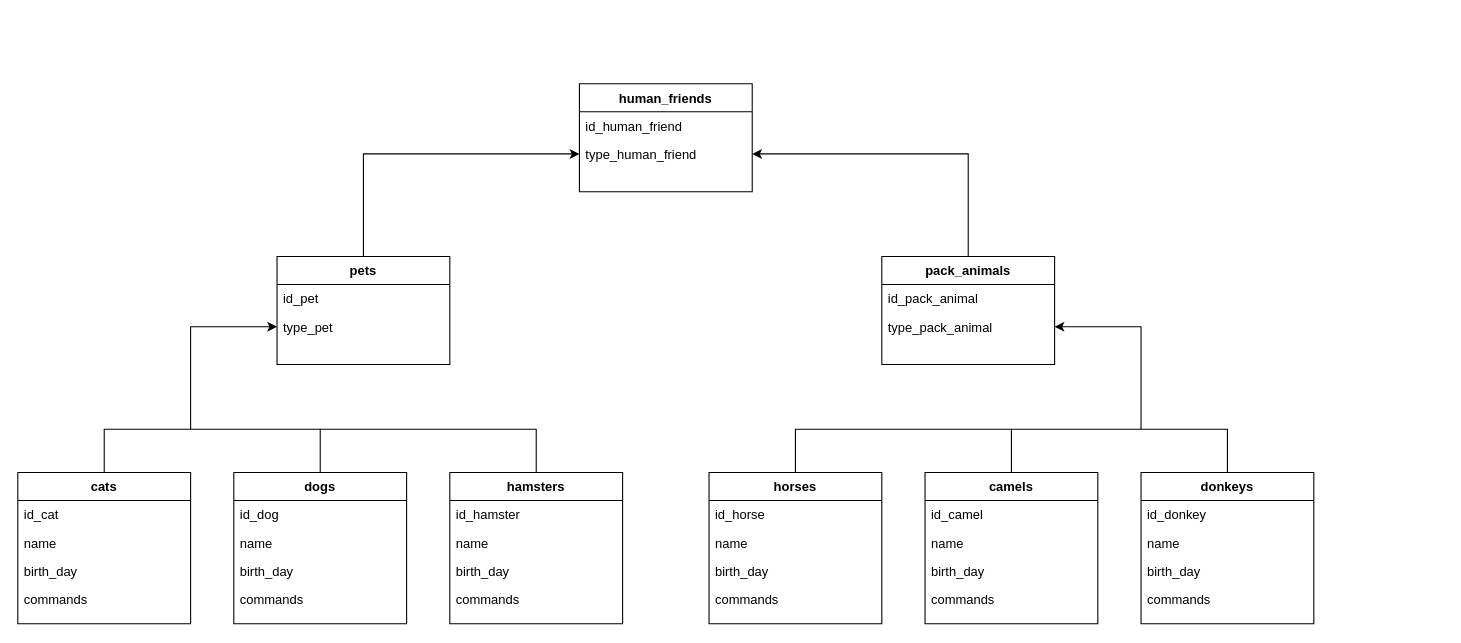
Earlier version of the draw.io diagram 2_Object-oriented_programming/Диаграмма_классов.drawio (Koatia/02_Final_Test). Source tidied: cells renumbered, new cells numbered last; positions are measured from the earlier drawing's top-left corner, leaving out a move shared by most shapes. Both pictures are drawn from the tidied source at 108%, with x=0, y=0 at pixel (17, 83).
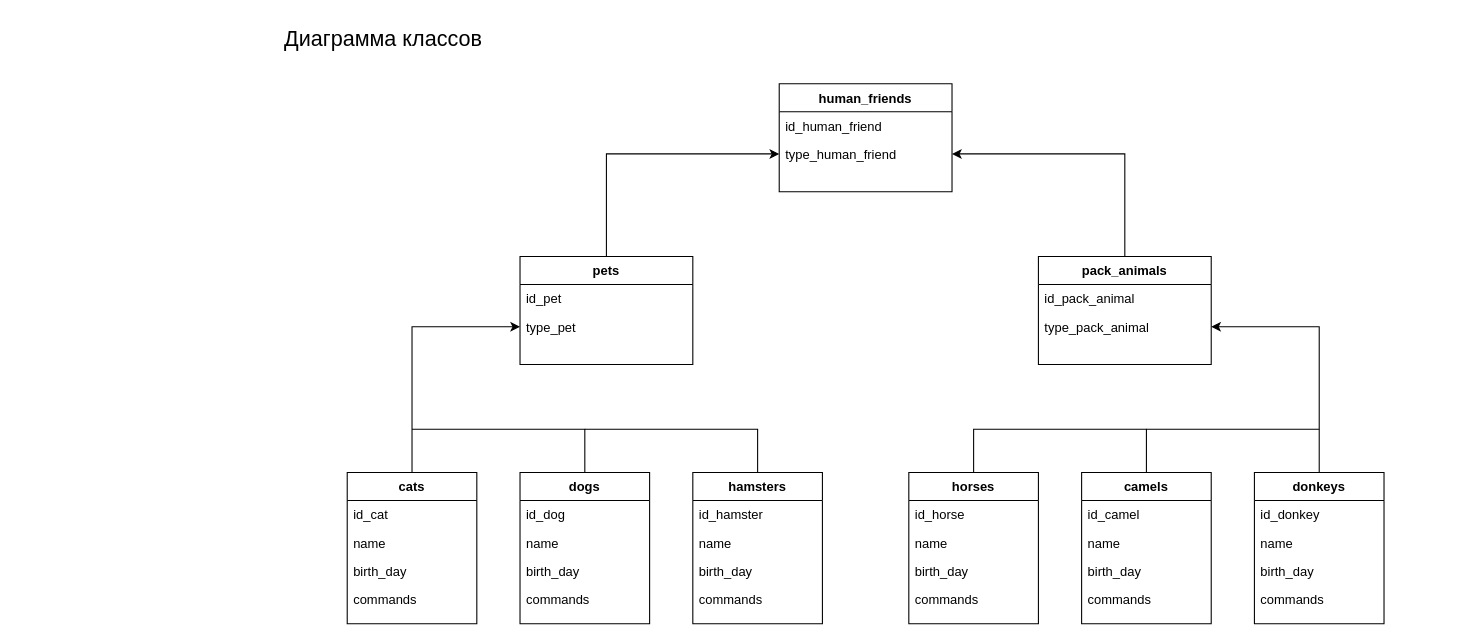
Above is the later version.

Unchanged cells that the change refers to:
```xml
<mxCell id="4" value="type_human_friend" style="text;align=left;verticalAlign=top;spacingLeft=4;spacingRight=4;overflow=hidden;points=[[0,0.5],[1,0.5]];portConstraint=eastwest;" parent="2" vertex="1">
  <mxGeometry y="52" width="160" height="26" as="geometry" />
</mxCell>
<mxCell id="7" value="type_pet" style="text;align=left;verticalAlign=top;spacingLeft=4;spacingRight=4;overflow=hidden;points=[[0,0.5],[1,0.5]];portConstraint=eastwest;" parent="5" vertex="1">
  <mxGeometry y="52" width="160" height="26" as="geometry" />
</mxCell>
<mxCell id="10" value="type_pack_animal" style="text;align=left;verticalAlign=top;spacingLeft=4;spacingRight=4;overflow=hidden;points=[[0,0.5],[1,0.5]];portConstraint=eastwest;" parent="8" vertex="1">
  <mxGeometry y="52" width="160" height="26" as="geometry" />
</mxCell>
```

What changed in the source:
```diff
@@
     <mxCell id="2" value="human_friends" style="swimlane;fontStyle=1;align=center;verticalAlign=top;horizontal=1;startSize=26;rounded=0;shadow=0;strokeWidth=1;" parent="1" vertex="1">
-      <mxGeometry x="520" width="160" height="100" as="geometry" />
+      <mxGeometry x="705" width="160" height="100" as="geometry" />
     </mxCell>
@@
     <mxCell id="5" value="pets" style="swimlane;fontStyle=1;align=center;verticalAlign=top;horizontal=1;startSize=26;rounded=0;shadow=0;strokeWidth=1;" parent="1" vertex="1">
-      <mxGeometry x="240" y="160" width="160" height="100" as="geometry" />
+      <mxGeometry x="465" y="160" width="160" height="100" as="geometry" />
     </mxCell>
@@
     <mxCell id="8" value="pack_animals" style="swimlane;fontStyle=1;align=center;verticalAlign=top;horizontal=1;startSize=26;rounded=0;shadow=0;strokeWidth=1;" parent="1" vertex="1">
-      <mxGeometry x="800" y="160" width="160" height="100" as="geometry" />
+      <mxGeometry x="945" y="160" width="160" height="100" as="geometry" />
     </mxCell>
@@
     <mxCell id="11" style="edgeStyle=orthogonalEdgeStyle;rounded=0;jettySize=auto;html=1;entryX=0;entryY=0.5;entryDx=0;entryDy=0;exitX=0.5;exitY=0;exitDx=0;exitDy=0;" parent="1" edge="1" source="12" target="7">
       <mxGeometry relative="1" as="geometry">
         <Array as="points">
-          <mxPoint x="80" y="320" />
-          <mxPoint x="160" y="320" />
-          <mxPoint x="160" y="225" />
+          <mxPoint x="365" y="225" />
         </Array>
       </mxGeometry>
     </mxCell>
     <mxCell id="12" value="cats" style="swimlane;fontStyle=1;align=center;verticalAlign=top;horizontal=1;startSize=26;rounded=0;shadow=0;strokeWidth=1;" parent="1" vertex="1">
-      <mxGeometry y="360" width="160" height="140" as="geometry" />
+      <mxGeometry x="305" y="360" width="120" height="140" as="geometry" />
     </mxCell>
     <mxCell id="13" value="id_cat" style="text;align=left;verticalAlign=top;spacingLeft=4;spacingRight=4;overflow=hidden;" parent="12" vertex="1">
-      <mxGeometry y="26" width="160" height="26" as="geometry" />
+      <mxGeometry y="26" width="120" height="26" as="geometry" />
     </mxCell>
     <mxCell id="14" value="name" style="text;align=left;verticalAlign=top;spacingLeft=4;spacingRight=4;overflow=hidden;rounded=0;shadow=0;html=0;" parent="12" vertex="1">
-      <mxGeometry y="52" width="160" height="26" as="geometry" />
+      <mxGeometry y="52" width="120" height="26" as="geometry" />
     </mxCell>
     <mxCell id="15" value="birth_day" style="text;align=left;verticalAlign=top;spacingLeft=4;spacingRight=4;overflow=hidden;rounded=0;shadow=0;html=0;" parent="12" vertex="1">
-      <mxGeometry y="78" width="160" height="26" as="geometry" />
+      <mxGeometry y="78" width="120" height="26" as="geometry" />
     </mxCell>
     <mxCell id="16" value="commands" style="text;align=left;verticalAlign=top;spacingLeft=4;spacingRight=4;overflow=hidden;strokeColor=none;" parent="12" vertex="1">
-      <mxGeometry y="104" width="160" height="26" as="geometry" />
+      <mxGeometry y="104" width="120" height="26" as="geometry" />
     </mxCell>
     <mxCell id="17" value="dogs" style="swimlane;fontStyle=1;align=center;verticalAlign=top;horizontal=1;startSize=26;rounded=0;shadow=0;strokeWidth=1;" parent="1" vertex="1">
-      <mxGeometry x="200" y="360" width="160" height="140" as="geometry" />
+      <mxGeometry x="465" y="360" width="120" height="140" as="geometry" />
     </mxCell>
     <mxCell id="18" value="id_dog" style="text;align=left;verticalAlign=top;spacingLeft=4;spacingRight=4;overflow=hidden;" parent="17" vertex="1">
-      <mxGeometry y="26" width="160" height="26" as="geometry" />
+      <mxGeometry y="26" width="120" height="26" as="geometry" />
     </mxCell>
     <mxCell id="19" value="name" style="text;align=left;verticalAlign=top;spacingLeft=4;spacingRight=4;overflow=hidden;rounded=0;shadow=0;html=0;" parent="17" vertex="1">
-      <mxGeometry y="52" width="160" height="26" as="geometry" />
+      <mxGeometry y="52" width="120" height="26" as="geometry" />
     </mxCell>
     <mxCell id="20" value="birth_day" style="text;align=left;verticalAlign=top;spacingLeft=4;spacingRight=4;overflow=hidden;rounded=0;shadow=0;html=0;" parent="17" vertex="1">
-      <mxGeometry y="78" width="160" height="26" as="geometry" />
+      <mxGeometry y="78" width="120" height="26" as="geometry" />
     </mxCell>
     <mxCell id="21" value="commands" style="text;align=left;verticalAlign=top;spacingLeft=4;spacingRight=4;overflow=hidden;strokeColor=none;" parent="17" vertex="1">
-      <mxGeometry y="104" width="160" height="26" as="geometry" />
+      <mxGeometry y="104" width="120" height="26" as="geometry" />
     </mxCell>
     <mxCell id="22" value="hamsters" style="swimlane;fontStyle=1;align=center;verticalAlign=top;horizontal=1;startSize=26;rounded=0;shadow=0;strokeWidth=1;" parent="1" vertex="1">
-      <mxGeometry x="400" y="360" width="160" height="140" as="geometry" />
+      <mxGeometry x="625" y="360" width="120" height="140" as="geometry" />
     </mxCell>
     <mxCell id="23" value="id_hamster" style="text;align=left;verticalAlign=top;spacingLeft=4;spacingRight=4;overflow=hidden;" parent="22" vertex="1">
-      <mxGeometry y="26" width="160" height="26" as="geometry" />
+      <mxGeometry y="26" width="120" height="26" as="geometry" />
     </mxCell>
     <mxCell id="24" value="name" style="text;align=left;verticalAlign=top;spacingLeft=4;spacingRight=4;overflow=hidden;rounded=0;shadow=0;html=0;" parent="22" vertex="1">
-      <mxGeometry y="52" width="160" height="26" as="geometry" />
+      <mxGeometry y="52" width="120" height="26" as="geometry" />
     </mxCell>
     <mxCell id="25" value="birth_day" style="text;align=left;verticalAlign=top;spacingLeft=4;spacingRight=4;overflow=hidden;rounded=0;shadow=0;html=0;" parent="22" vertex="1">
-      <mxGeometry y="78" width="160" height="26" as="geometry" />
+      <mxGeometry y="78" width="120" height="26" as="geometry" />
     </mxCell>
     <mxCell id="26" value="commands" style="text;align=left;verticalAlign=top;spacingLeft=4;spacingRight=4;overflow=hidden;strokeColor=none;" parent="22" vertex="1">
-      <mxGeometry y="104" width="160" height="26" as="geometry" />
+      <mxGeometry y="104" width="120" height="26" as="geometry" />
     </mxCell>
     <mxCell id="27" value="horses" style="swimlane;fontStyle=1;align=center;verticalAlign=top;horizontal=1;startSize=26;rounded=0;shadow=0;strokeWidth=1;" parent="1" vertex="1">
-      <mxGeometry x="640" y="360" width="160" height="140" as="geometry" />
+      <mxGeometry x="825" y="360" width="120" height="140" as="geometry" />
     </mxCell>
     <mxCell id="28" value="id_horse" style="text;align=left;verticalAlign=top;spacingLeft=4;spacingRight=4;overflow=hidden;" parent="27" vertex="1">
-      <mxGeometry y="26" width="160" height="26" as="geometry" />
+      <mxGeometry y="26" width="120" height="26" as="geometry" />
     </mxCell>
     <mxCell id="29" value="name" style="text;align=left;verticalAlign=top;spacingLeft=4;spacingRight=4;overflow=hidden;rounded=0;shadow=0;html=0;" parent="27" vertex="1">
-      <mxGeometry y="52" width="160" height="26" as="geometry" />
+      <mxGeometry y="52" width="120" height="26" as="geometry" />
     </mxCell>
     <mxCell id="30" value="birth_day" style="text;align=left;verticalAlign=top;spacingLeft=4;spacingRight=4;overflow=hidden;rounded=0;shadow=0;html=0;" parent="27" vertex="1">
-      <mxGeometry y="78" width="160" height="26" as="geometry" />
+      <mxGeometry y="78" width="120" height="26" as="geometry" />
     </mxCell>
     <mxCell id="31" value="commands" style="text;align=left;verticalAlign=top;spacingLeft=4;spacingRight=4;overflow=hidden;strokeColor=none;" parent="27" vertex="1">
-      <mxGeometry y="104" width="160" height="26" as="geometry" />
+      <mxGeometry y="104" width="120" height="26" as="geometry" />
     </mxCell>
-    <mxCell id="32" style="edgeStyle=orthogonalEdgeStyle;rounded=0;jettySize=auto;html=1;entryX=1;entryY=0.5;entryDx=0;entryDy=0;" parent="1" edge="1" source="33" target="10">
+    <mxCell id="32" style="edgeStyle=orthogonalEdgeStyle;rounded=0;jettySize=auto;html=1;entryX=1;entryY=0.5;entryDx=0;entryDy=0;exitX=0.5;exitY=0;exitDx=0;exitDy=0;" parent="1" edge="1" source="33" target="10">
       <mxGeometry relative="1" as="geometry">
         <Array as="points">
-          <mxPoint x="920" y="320" />
-          <mxPoint x="1040" y="320" />
-          <mxPoint x="1040" y="225" />
+          <mxPoint x="1045" y="320" />
+          <mxPoint x="1205" y="320" />
+          <mxPoint x="1205" y="225" />
         </Array>
       </mxGeometry>
     </mxCell>
     <mxCell id="33" value="camels" style="swimlane;fontStyle=1;align=center;verticalAlign=top;horizontal=1;startSize=26;rounded=0;shadow=0;strokeWidth=1;" parent="1" vertex="1">
-      <mxGeometry x="840" y="360" width="160" height="140" as="geometry" />
+      <mxGeometry x="985" y="360" width="120" height="140" as="geometry" />
     </mxCell>
     <mxCell id="34" value="id_camel" style="text;align=left;verticalAlign=top;spacingLeft=4;spacingRight=4;overflow=hidden;" parent="33" vertex="1">
-      <mxGeometry y="26" width="160" height="26" as="geometry" />
+      <mxGeometry y="26" width="120" height="26" as="geometry" />
     </mxCell>
     <mxCell id="35" value="name" style="text;align=left;verticalAlign=top;spacingLeft=4;spacingRight=4;overflow=hidden;rounded=0;shadow=0;html=0;" parent="33" vertex="1">
-      <mxGeometry y="52" width="160" height="26" as="geometry" />
+      <mxGeometry y="52" width="120" height="26" as="geometry" />
     </mxCell>
     <mxCell id="36" value="birth_day" style="text;align=left;verticalAlign=top;spacingLeft=4;spacingRight=4;overflow=hidden;rounded=0;shadow=0;html=0;" parent="33" vertex="1">
-      <mxGeometry y="78" width="160" height="26" as="geometry" />
+      <mxGeometry y="78" width="120" height="26" as="geometry" />
     </mxCell>
     <mxCell id="37" value="commands" style="text;align=left;verticalAlign=top;spacingLeft=4;spacingRight=4;overflow=hidden;strokeColor=none;" parent="33" vertex="1">
-      <mxGeometry y="104" width="160" height="26" as="geometry" />
+      <mxGeometry y="104" width="120" height="26" as="geometry" />
     </mxCell>
     <mxCell id="38" value="donkeys" style="swimlane;fontStyle=1;align=center;verticalAlign=top;horizontal=1;startSize=26;rounded=0;shadow=0;strokeWidth=1;" parent="1" vertex="1">
-      <mxGeometry x="1040" y="360" width="160" height="140" as="geometry" />
+      <mxGeometry x="1145" y="360" width="120" height="140" as="geometry" />
     </mxCell>
     <mxCell id="39" value="id_donkey" style="text;align=left;verticalAlign=top;spacingLeft=4;spacingRight=4;overflow=hidden;" parent="38" vertex="1">
-      <mxGeometry y="26" width="160" height="26" as="geometry" />
+      <mxGeometry y="26" width="120" height="26" as="geometry" />
     </mxCell>
     <mxCell id="40" value="name" style="text;align=left;verticalAlign=top;spacingLeft=4;spacingRight=4;overflow=hidden;rounded=0;shadow=0;html=0;" parent="38" vertex="1">
-      <mxGeometry y="52" width="160" height="26" as="geometry" />
+      <mxGeometry y="52" width="120" height="26" as="geometry" />
     </mxCell>
     <mxCell id="41" value="birth_day" style="text;align=left;verticalAlign=top;spacingLeft=4;spacingRight=4;overflow=hidden;rounded=0;shadow=0;html=0;" parent="38" vertex="1">
-      <mxGeometry y="78" width="160" height="26" as="geometry" />
+      <mxGeometry y="78" width="120" height="26" as="geometry" />
     </mxCell>
     <mxCell id="42" value="commands" style="text;align=left;verticalAlign=top;spacingLeft=4;spacingRight=4;overflow=hidden;strokeColor=none;" parent="38" vertex="1">
-      <mxGeometry y="104" width="160" height="26" as="geometry" />
+      <mxGeometry y="104" width="120" height="26" as="geometry" />
     </mxCell>
     <mxCell id="43" style="edgeStyle=orthogonalEdgeStyle;rounded=0;jettySize=auto;html=1;entryX=0;entryY=0.5;entryDx=0;entryDy=0;exitX=0.5;exitY=0;exitDx=0;exitDy=0;" parent="1" edge="1" source="5" target="4">
       <mxGeometry relative="1" as="geometry">
         <Array as="points">
-          <mxPoint x="320" y="65" />
+          <mxPoint x="545" y="65" />
         </Array>
       </mxGeometry>
     </mxCell>
     <mxCell id="44" style="edgeStyle=orthogonalEdgeStyle;rounded=0;jettySize=auto;html=1;entryX=1;entryY=0.5;entryDx=0;entryDy=0;exitX=0.5;exitY=0;exitDx=0;exitDy=0;" parent="1" edge="1" source="8" target="4">
       <mxGeometry relative="1" as="geometry">
         <Array as="points">
-          <mxPoint x="880" y="65" />
+          <mxPoint x="1025" y="65" />
         </Array>
       </mxGeometry>
     </mxCell>
     <mxCell id="45" style="endArrow=none;html=1;rounded=0;edgeStyle=orthogonalEdgeStyle;entryX=0.5;entryY=0;entryDx=0;entryDy=0;" parent="1" edge="1" target="17">
       <mxGeometry relative="1" as="geometry">
-        <mxPoint x="160" y="320" as="sourcePoint" />
+        <mxPoint x="365" y="320" as="sourcePoint" />
         <Array as="points">
-          <mxPoint x="280" y="320" />
+          <mxPoint x="525" y="320" />
         </Array>
       </mxGeometry>
     </mxCell>
     <mxCell id="46" style="endArrow=none;html=1;rounded=0;edgeStyle=orthogonalEdgeStyle;entryX=0.5;entryY=0;entryDx=0;entryDy=0;" parent="1" edge="1" target="22">
       <mxGeometry relative="1" as="geometry">
-        <mxPoint x="280" y="320" as="sourcePoint" />
+        <mxPoint x="525" y="320" as="sourcePoint" />
         <Array as="points">
-          <mxPoint x="480" y="320" />
+          <mxPoint x="685" y="320" />
         </Array>
       </mxGeometry>
     </mxCell>
     <mxCell id="47" style="endArrow=none;html=1;rounded=0;edgeStyle=orthogonalEdgeStyle;entryX=0.5;entryY=0;entryDx=0;entryDy=0;" parent="1" edge="1" target="27">
       <mxGeometry relative="1" as="geometry">
-        <mxPoint x="920" y="320" as="sourcePoint" />
+        <mxPoint x="1045" y="320" as="sourcePoint" />
         <Array as="points">
-          <mxPoint x="720" y="320" />
+          <mxPoint x="885" y="320" />
         </Array>
       </mxGeometry>
     </mxCell>
     <mxCell id="48" style="endArrow=none;html=1;rounded=0;edgeStyle=orthogonalEdgeStyle;entryX=0.5;entryY=0;entryDx=0;entryDy=0;" parent="1" edge="1" target="38">
       <mxGeometry relative="1" as="geometry">
-        <mxPoint x="1040" y="320" as="sourcePoint" />
+        <mxPoint x="1205" y="320" as="sourcePoint" />
         <Array as="points">
-          <mxPoint x="1120" y="320" />
+          <mxPoint x="1205" y="330" />
+          <mxPoint x="1205" y="330" />
         </Array>
       </mxGeometry>
     </mxCell>
+    <mxCell id="49" value="Диаграмма классов" style="text;html=1;whiteSpace=wrap;overflow=hidden;rounded=0;align=left;fontSize=20;" parent="1" vertex="1">
+      <mxGeometry x="245" y="-60" width="1075" height="40" as="geometry" />
+    </mxCell>
```
